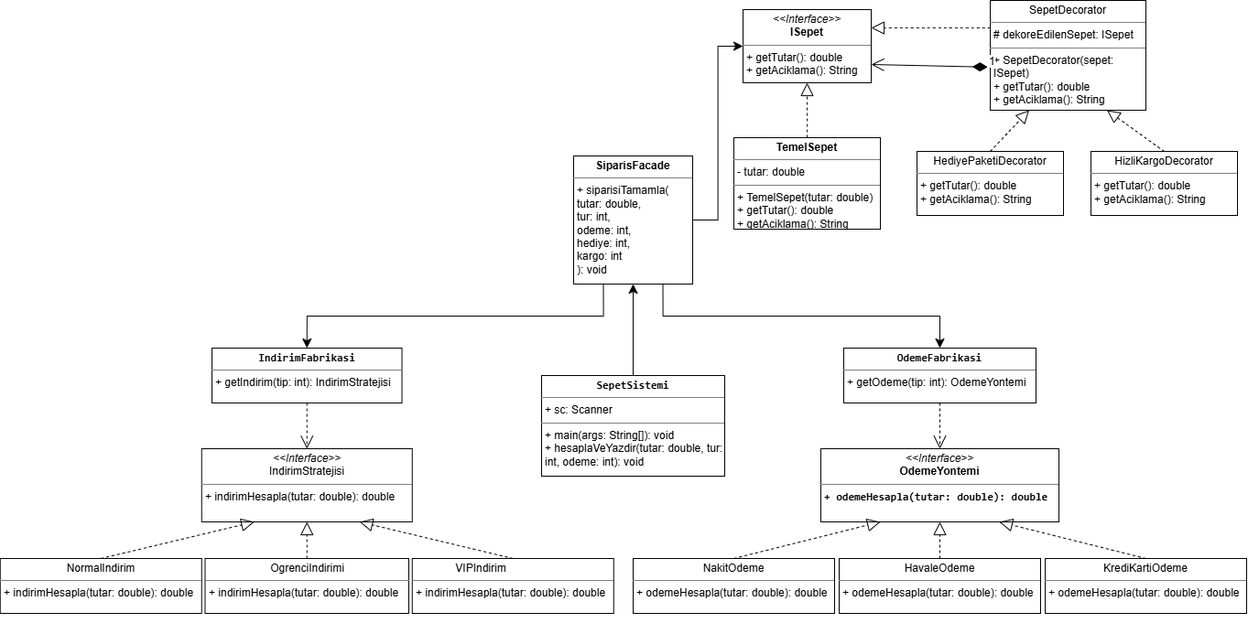
reyyanunal/tasarim-oruntuleri-odev keeps this draw.io diagram as docs/UML.Sonrasi.drawio.png. Above is the earlier version. Source tidied: cells renumbered, new cells last; positions are measured from the earlier drawing's top-left corner, leaving out a move shared by most shapes.
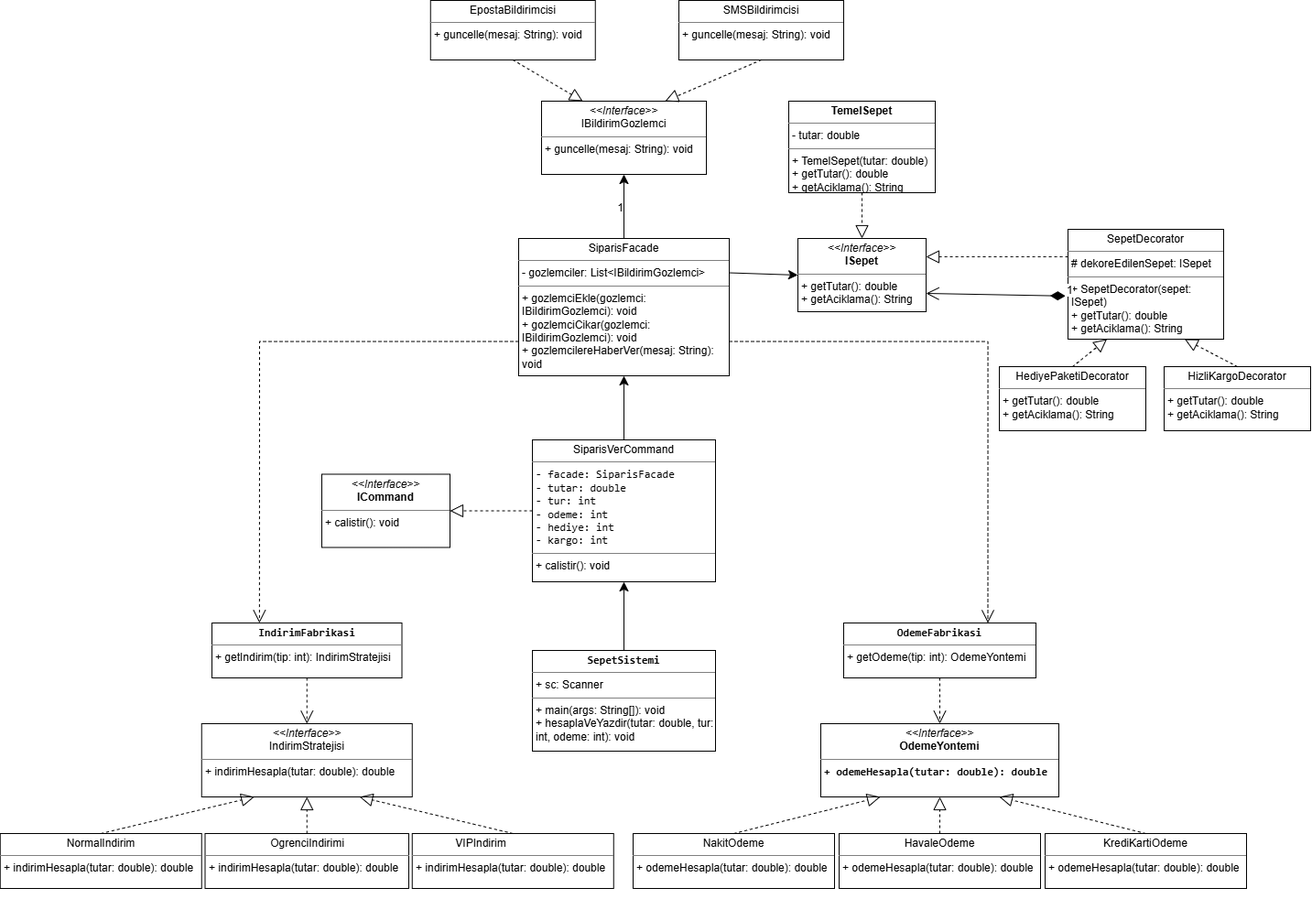
After the change.

Commit message:
docs: update UML diagram with Behavioral patterns

Change to the diagram source:
```diff
@@ -50,11 +50,11 @@
     <mxCell id="17" value="&lt;p style=&quot;margin:0px;margin-top:4px;text-align:center;&quot;&gt;&lt;b&gt;&lt;code&gt;IndirimFabrikasi&lt;/code&gt;&lt;/b&gt;&lt;/p&gt;&lt;hr size=&quot;1&quot; style=&quot;border-style:solid;&quot;&gt;&lt;p style=&quot;margin:0px;margin-left:4px;&quot;&gt;&lt;/p&gt;&lt;p style=&quot;margin:0px;margin-left:4px;&quot;&gt;+ getIndirim(tip: int): IndirimStratejisi&lt;/p&gt;" style="verticalAlign=top;align=left;overflow=fill;html=1;whiteSpace=wrap;" parent="1" vertex="1">
       <mxGeometry x="231" y="380" width="207.5" height="60" as="geometry" />
     </mxCell>
-    <mxCell id="18" style="edgeStyle=none;curved=1;rounded=0;jettySize=auto;html=1;exitX=0.5;exitY=0;exitDx=0;exitDy=0;entryX=0.5;entryY=1;entryDx=0;entryDy=0;fontSize=12;startSize=8;endSize=8;" parent="1" edge="1" source="19" target="35">
-      <mxGeometry relative="1" as="geometry" />
-    </mxCell>
+    <mxCell id="38" style="edgeStyle=none;curved=1;rounded=0;jettySize=auto;html=1;exitX=0.5;exitY=0;exitDx=0;exitDy=0;entryX=0.5;entryY=1;entryDx=0;entryDy=0;fontSize=12;startSize=8;endSize=8;" parent="1" edge="1" source="19" target="41">
+      <mxGeometry relative="1" as="geometry" />
+    </mxCell>
     <mxCell id="19" value="&lt;p style=&quot;margin:0px;margin-top:4px;text-align:center;&quot;&gt;&lt;b&gt;&lt;code&gt;SepetSistemi&lt;/code&gt;&lt;/b&gt;&lt;/p&gt;&lt;hr size=&quot;1&quot; style=&quot;border-style:solid;&quot;&gt;&lt;p style=&quot;margin:0px;margin-left:4px;&quot;&gt;+ sc: Scanner&lt;/p&gt;&lt;hr size=&quot;1&quot; style=&quot;border-style:solid;&quot;&gt;&lt;p style=&quot;margin:0px;margin-left:4px;&quot;&gt;+ main(args: String[]): void&lt;/p&gt;&lt;p style=&quot;margin:0px;margin-left:4px;&quot;&gt;+ hesaplaVeYazdir(tutar: double, tur: int, odeme: int): void&lt;/p&gt;" style="verticalAlign=top;align=left;overflow=fill;html=1;whiteSpace=wrap;" parent="1" vertex="1">
-      <mxGeometry x="591" y="410" width="200" height="110" as="geometry" />
+      <mxGeometry x="581" y="410" width="200" height="110" as="geometry" />
     </mxCell>
     <mxCell id="20" style="endArrow=open;endSize=12;dashed=1;html=1;rounded=0;exitX=0.5;exitY=1;exitDx=0;exitDy=0;entryX=0.5;entryY=0;entryDx=0;entryDy=0;" parent="1" edge="1" source="17" target="2">
       <mxGeometry relative="1" as="geometry" />
@@ -63,16 +63,16 @@
       <mxGeometry relative="1" as="geometry" />
     </mxCell>
     <mxCell id="22" value="&lt;p style=&quot;margin:0px;margin-top:4px;text-align:center;&quot;&gt;&lt;i&gt;&amp;lt;&amp;lt;Interface&amp;gt;&amp;gt;&lt;/i&gt;&lt;br&gt;&lt;b&gt;ISepet&lt;/b&gt;&lt;/p&gt;&lt;hr size=&quot;1&quot; style=&quot;border-style:solid;&quot;&gt;&lt;p style=&quot;margin:0px;margin-left:4px;&quot;&gt;+ getTutar(): double&lt;br&gt;+ getAciklama(): String&lt;/p&gt;" style="verticalAlign=top;align=left;overflow=fill;html=1;whiteSpace=wrap;" parent="1" vertex="1">
-      <mxGeometry x="811" y="10" width="140" height="80" as="geometry" />
+      <mxGeometry x="871" y="-40" width="140" height="80" as="geometry" />
     </mxCell>
     <mxCell id="23" value="&lt;p style=&quot;margin:0px;margin-top:4px;text-align:center;&quot;&gt;&lt;b&gt;TemelSepet&lt;/b&gt;&lt;/p&gt;&lt;hr size=&quot;1&quot; style=&quot;border-style:solid;&quot;&gt;&lt;p style=&quot;margin:0px;margin-left:4px;&quot;&gt;- tutar: double&lt;/p&gt;&lt;hr size=&quot;1&quot; style=&quot;border-style:solid;&quot;&gt;&lt;p style=&quot;margin:0px;margin-left:4px;&quot;&gt;+ TemelSepet(tutar: double)&lt;br&gt;+ getTutar(): double&lt;br&gt;+ getAciklama(): String&lt;/p&gt;" style="verticalAlign=top;align=left;overflow=fill;html=1;whiteSpace=wrap;" parent="1" vertex="1">
-      <mxGeometry x="801" y="150" width="160" height="100" as="geometry" />
+      <mxGeometry x="861" y="-190" width="160" height="100" as="geometry" />
     </mxCell>
-    <mxCell id="24" style="endArrow=block;dashed=1;endFill=0;endSize=12;html=1;rounded=0;fontSize=12;curved=1;exitX=0.5;exitY=0;exitDx=0;exitDy=0;entryX=0.5;entryY=1;entryDx=0;entryDy=0;" parent="1" edge="1" source="23" target="22">
+    <mxCell id="24" style="endArrow=block;dashed=1;endFill=0;endSize=12;html=1;rounded=0;fontSize=12;curved=1;exitX=0.5;exitY=1;exitDx=0;exitDy=0;entryX=0.5;entryY=0;entryDx=0;entryDy=0;" parent="1" edge="1" source="23" target="22">
       <mxGeometry relative="1" as="geometry" />
     </mxCell>
     <mxCell id="25" value="&lt;p style=&quot;margin:0px;margin-top:4px;text-align:center;&quot;&gt;SepetDecorator&lt;/p&gt;&lt;hr size=&quot;1&quot; style=&quot;border-style:solid;&quot;&gt;&lt;p style=&quot;margin:0px;margin-left:4px;&quot;&gt;# dekoreEdilenSepet: ISepet&lt;/p&gt;&lt;hr size=&quot;1&quot; style=&quot;border-style:solid;&quot;&gt;&lt;p style=&quot;margin:0px;margin-left:4px;&quot;&gt;+ SepetDecorator(sepet: ISepet)&lt;br&gt;+ getTutar(): double&lt;br&gt;+ getAciklama(): String&lt;/p&gt;" style="verticalAlign=top;align=left;overflow=fill;html=1;whiteSpace=wrap;" parent="1" vertex="1">
-      <mxGeometry x="1081" width="170" height="120" as="geometry" />
+      <mxGeometry x="1166" y="-50" width="170" height="120" as="geometry" />
     </mxCell>
     <mxCell id="26" style="endArrow=block;dashed=1;endFill=0;endSize=12;html=1;rounded=0;fontSize=12;curved=1;exitX=0;exitY=0.25;exitDx=0;exitDy=0;entryX=1;entryY=0.25;entryDx=0;entryDy=0;" parent="1" edge="1" source="25" target="22">
       <mxGeometry relative="1" as="geometry" />
@@ -81,10 +81,10 @@
       <mxGeometry x="-1" y="3" relative="1" as="geometry" />
     </mxCell>
     <mxCell id="28" value="&lt;p style=&quot;margin:0px;margin-top:4px;text-align:center;&quot;&gt;HizliKargoDecorator&lt;/p&gt;&lt;hr size=&quot;1&quot; style=&quot;border-style:solid;&quot;&gt;&lt;p style=&quot;margin:0px;margin-left:4px;&quot;&gt;&lt;/p&gt;&lt;p style=&quot;margin:0px;margin-left:4px;&quot;&gt;+ getTutar(): double&lt;br&gt;+ getAciklama(): String&lt;/p&gt;" style="verticalAlign=top;align=left;overflow=fill;html=1;whiteSpace=wrap;" parent="1" vertex="1">
-      <mxGeometry x="1191" y="165" width="160" height="70" as="geometry" />
+      <mxGeometry x="1271" y="100" width="160" height="70" as="geometry" />
     </mxCell>
     <mxCell id="29" value="&lt;p style=&quot;margin:0px;margin-top:4px;text-align:center;&quot;&gt;HediyePaketiDecorator&lt;/p&gt;&lt;hr size=&quot;1&quot; style=&quot;border-style:solid;&quot;&gt;&lt;p style=&quot;margin:0px;margin-left:4px;&quot;&gt;+ getTutar(): double&lt;br&gt;+ getAciklama(): String&lt;/p&gt;" style="verticalAlign=top;align=left;overflow=fill;html=1;whiteSpace=wrap;" parent="1" vertex="1">
-      <mxGeometry x="1001" y="165" width="160" height="70" as="geometry" />
+      <mxGeometry x="1091" y="100" width="160" height="70" as="geometry" />
     </mxCell>
     <mxCell id="30" style="endArrow=block;dashed=1;endFill=0;endSize=12;html=1;rounded=0;fontSize=12;curved=1;exitX=0.5;exitY=0;exitDx=0;exitDy=0;entryX=0.75;entryY=1;entryDx=0;entryDy=0;" parent="1" edge="1" source="28" target="25">
       <mxGeometry relative="1" as="geometry" />
@@ -92,23 +92,61 @@
     <mxCell id="31" style="endArrow=block;dashed=1;endFill=0;endSize=12;html=1;rounded=0;fontSize=12;curved=1;exitX=0.5;exitY=0;exitDx=0;exitDy=0;entryX=0.25;entryY=1;entryDx=0;entryDy=0;" parent="1" edge="1" source="29" target="25">
       <mxGeometry relative="1" as="geometry" />
     </mxCell>
-    <mxCell id="32" style="edgeStyle=orthogonalEdgeStyle;rounded=0;jettySize=auto;html=1;exitX=0.25;exitY=1;exitDx=0;exitDy=0;entryX=0.5;entryY=0;entryDx=0;entryDy=0;fontSize=12;startSize=8;endSize=8;" parent="1" edge="1" source="35" target="17">
-      <mxGeometry relative="1" as="geometry" />
-    </mxCell>
-    <mxCell id="33" style="edgeStyle=orthogonalEdgeStyle;rounded=0;jettySize=auto;html=1;exitX=0.75;exitY=1;exitDx=0;exitDy=0;entryX=0.5;entryY=0;entryDx=0;entryDy=0;fontSize=12;startSize=8;endSize=8;" parent="1" edge="1" source="35" target="16">
-      <mxGeometry relative="1" as="geometry" />
-    </mxCell>
-    <mxCell id="34" style="edgeStyle=orthogonalEdgeStyle;rounded=0;jettySize=auto;html=1;exitX=1;exitY=0.5;exitDx=0;exitDy=0;entryX=0;entryY=0.5;entryDx=0;entryDy=0;fontSize=12;startSize=8;endSize=8;" parent="1" edge="1" source="35" target="22">
+    <mxCell id="34" style="rounded=0;jettySize=auto;html=1;exitX=1;exitY=0.25;exitDx=0;exitDy=0;entryX=0;entryY=0.5;entryDx=0;entryDy=0;fontSize=12;startSize=8;endSize=8;" parent="1" edge="1" source="46" target="22">
       <mxGeometry relative="1" as="geometry" />
     </mxCell>
-    <mxCell id="35" value="&lt;p style=&quot;margin:0px;margin-top:4px;text-align:center;&quot;&gt;&lt;b&gt;SiparisFacade&lt;/b&gt;&lt;/p&gt;&lt;hr size=&quot;1&quot; style=&quot;border-style:solid;&quot;&gt;&lt;p style=&quot;margin:0px;margin-left:4px;&quot;&gt;&lt;/p&gt;&lt;p style=&quot;margin:0px;margin-left:4px;&quot;&gt;+ siparisiTamamla(&lt;br&gt;  tutar: double,&lt;br&gt;  tur: int,&lt;br&gt;  odeme: int,&lt;br&gt;  hediye: int,&lt;br&gt;  kargo: int&lt;br&gt;): void&lt;/p&gt;" style="verticalAlign=top;align=left;overflow=fill;html=1;whiteSpace=wrap;" parent="1" vertex="1">
-      <mxGeometry x="626" y="170" width="130" height="140" as="geometry" />
-    </mxCell>
     <mxCell id="36" style="edgeStyle=none;curved=1;rounded=0;orthogonalLoop=1;jettySize=auto;html=1;exitX=0.75;exitY=1;exitDx=0;exitDy=0;fontSize=12;startSize=8;endSize=8;" parent="1" edge="1" source="4" target="4">
       <mxGeometry relative="1" as="geometry" />
     </mxCell>
     <mxCell id="37" style="edgeStyle=none;curved=1;rounded=0;orthogonalLoop=1;jettySize=auto;html=1;exitX=0.5;exitY=1;exitDx=0;exitDy=0;fontSize=12;startSize=8;endSize=8;" parent="1" edge="1" source="5" target="5">
       <mxGeometry relative="1" as="geometry" />
     </mxCell>
+    <mxCell id="39" value="&lt;p style=&quot;margin:0px;margin-top:4px;text-align:center;&quot;&gt;EpostaBildirimcisi&lt;/p&gt;&lt;hr size=&quot;1&quot; style=&quot;border-style:solid;&quot;&gt;&lt;p style=&quot;margin:0px;margin-left:4px;&quot;&gt;+  guncelle(mesaj: String): void&lt;/p&gt;" style="verticalAlign=top;align=left;overflow=fill;html=1;whiteSpace=wrap;" parent="1" vertex="1">
+      <mxGeometry x="469.8" y="-300" width="180" height="65" as="geometry" />
+    </mxCell>
+    <mxCell id="40" style="edgeStyle=none;curved=1;rounded=0;jettySize=auto;html=1;exitX=0.5;exitY=0;exitDx=0;exitDy=0;entryX=0.5;entryY=1;entryDx=0;entryDy=0;fontSize=12;startSize=8;endSize=8;" parent="1" edge="1" source="41" target="46">
+      <mxGeometry relative="1" as="geometry" />
+    </mxCell>
+    <mxCell id="41" value="&lt;p style=&quot;margin:0px;margin-top:4px;text-align:center;&quot;&gt;SiparisVerCommand&lt;/p&gt;&lt;hr size=&quot;1&quot; style=&quot;border-style:solid;&quot;&gt;&lt;p style=&quot;margin:0px;margin-left:4px;&quot;&gt;&lt;code&gt;- facade: SiparisFacade&lt;/code&gt;&lt;/p&gt;&lt;p style=&quot;margin:0px;margin-left:4px;&quot;&gt;&lt;code&gt;- tutar: double&lt;/code&gt;&lt;/p&gt;&lt;p style=&quot;margin:0px;margin-left:4px;&quot;&gt;&lt;code&gt;- tur: int&lt;/code&gt;&lt;/p&gt;&lt;p style=&quot;margin:0px;margin-left:4px;&quot;&gt;&lt;code&gt;- odeme: int&lt;/code&gt;&lt;/p&gt;&lt;p style=&quot;margin:0px;margin-left:4px;&quot;&gt;&lt;code&gt;- hediye: int&lt;/code&gt;&lt;/p&gt;&lt;p style=&quot;margin:0px;margin-left:4px;&quot;&gt;&lt;code&gt;- kargo: int&lt;/code&gt;&lt;/p&gt;&lt;hr size=&quot;1&quot; style=&quot;border-style:solid;&quot;&gt;&lt;p style=&quot;margin:0px;margin-left:4px;&quot;&gt;+ calistir(): void&lt;/p&gt;" style="verticalAlign=top;align=left;overflow=fill;html=1;whiteSpace=wrap;" parent="1" vertex="1">
+      <mxGeometry x="581" y="180" width="200" height="155" as="geometry" />
+    </mxCell>
+    <mxCell id="42" value="&lt;p style=&quot;margin:0px;margin-top:4px;text-align:center;&quot;&gt;&lt;i&gt;&amp;lt;&amp;lt;Interface&amp;gt;&amp;gt;&lt;/i&gt;&lt;br&gt;IBildirimGozlemci&lt;/p&gt;&lt;hr size=&quot;1&quot; style=&quot;border-style:solid;&quot;&gt;&lt;p style=&quot;margin:0px;margin-left:4px;&quot;&gt;+ guncelle(mesaj: String): void&lt;/p&gt;" style="verticalAlign=top;align=left;overflow=fill;html=1;whiteSpace=wrap;" parent="1" vertex="1">
+      <mxGeometry x="591" y="-190" width="180" height="80" as="geometry" />
+    </mxCell>
+    <mxCell id="43" value="&lt;p style=&quot;margin:0px;margin-top:4px;text-align:center;&quot;&gt;&lt;i&gt;&amp;lt;&amp;lt;Interface&amp;gt;&amp;gt;&lt;/i&gt;&lt;br&gt;&lt;b&gt;ICommand&lt;/b&gt;&lt;/p&gt;&lt;hr size=&quot;1&quot; style=&quot;border-style:solid;&quot;&gt;&lt;p style=&quot;margin:0px;margin-left:4px;&quot;&gt;&lt;/p&gt;&lt;p style=&quot;margin:0px;margin-left:4px;&quot;&gt;+ calistir(): void&lt;/p&gt;" style="verticalAlign=top;align=left;overflow=fill;html=1;whiteSpace=wrap;" parent="1" vertex="1">
+      <mxGeometry x="351" y="217.5" width="140" height="80" as="geometry" />
+    </mxCell>
+    <mxCell id="44" style="edgeStyle=none;curved=1;rounded=0;jettySize=auto;html=1;exitX=0.5;exitY=0;exitDx=0;exitDy=0;entryX=0.5;entryY=1;entryDx=0;entryDy=0;fontSize=12;startSize=8;endSize=8;" parent="1" edge="1" source="46" target="42">
+      <mxGeometry relative="1" as="geometry" />
+    </mxCell>
+    <mxCell id="45" value="1" style="edgeLabel;html=1;align=center;verticalAlign=middle;fontSize=12;" parent="44" vertex="1">
+      <mxGeometry x="-0.03" y="5" relative="1" as="geometry">
+        <mxPoint y="-1" as="offset" />
+      </mxGeometry>
+    </mxCell>
+    <mxCell id="46" value="&lt;p style=&quot;margin:0px;margin-top:4px;text-align:center;&quot;&gt;SiparisFacade&lt;/p&gt;&lt;hr size=&quot;1&quot; style=&quot;border-style:solid;&quot;&gt;&lt;p style=&quot;margin:0px;margin-left:4px;&quot;&gt;- gozlemciler: List&amp;lt;IBildirimGozlemci&amp;gt;&lt;/p&gt;&lt;hr size=&quot;1&quot; style=&quot;border-style:solid;&quot;&gt;&lt;p style=&quot;margin:0px;margin-left:4px;&quot;&gt;+ gozlemciEkle(gozlemci: IBildirimGozlemci): void&lt;/p&gt;&lt;p style=&quot;margin:0px;margin-left:4px;&quot;&gt;+ gozlemciCikar(gozlemci: IBildirimGozlemci): void&lt;/p&gt;&lt;p style=&quot;margin:0px;margin-left:4px;&quot;&gt;+ gozlemcilereHaberVer(mesaj: String): void&lt;/p&gt;" style="verticalAlign=top;align=left;overflow=fill;html=1;whiteSpace=wrap;" parent="1" vertex="1">
+      <mxGeometry x="566" y="-40" width="230" height="150" as="geometry" />
+    </mxCell>
+    <mxCell id="47" style="endArrow=block;dashed=1;endFill=0;endSize=12;html=1;rounded=0;exitX=0;exitY=0.5;exitDx=0;exitDy=0;entryX=1;entryY=0.5;entryDx=0;entryDy=0;" parent="1" edge="1" source="41" target="43">
+      <mxGeometry relative="1" as="geometry" />
+    </mxCell>
+    <mxCell id="48" value="&lt;p style=&quot;margin:0px;margin-top:4px;text-align:center;&quot;&gt;SMSBildirimcisi&lt;/p&gt;&lt;hr size=&quot;1&quot; style=&quot;border-style:solid;&quot;&gt;&lt;p style=&quot;margin:0px;margin-left:4px;&quot;&gt;+  guncelle(mesaj: String): void&lt;/p&gt;" style="verticalAlign=top;align=left;overflow=fill;html=1;whiteSpace=wrap;" parent="1" vertex="1">
+      <mxGeometry x="741" y="-300" width="180" height="65" as="geometry" />
+    </mxCell>
+    <mxCell id="49" style="endArrow=block;dashed=1;endFill=0;endSize=12;html=1;rounded=0;fontSize=12;curved=1;exitX=0.5;exitY=1;exitDx=0;exitDy=0;entryX=0.25;entryY=0;entryDx=0;entryDy=0;" parent="1" edge="1" source="39" target="42">
+      <mxGeometry relative="1" as="geometry" />
+    </mxCell>
+    <mxCell id="50" style="endArrow=block;dashed=1;endFill=0;endSize=12;html=1;rounded=0;fontSize=12;curved=1;exitX=0.5;exitY=1;exitDx=0;exitDy=0;entryX=0.75;entryY=0;entryDx=0;entryDy=0;" parent="1" edge="1" source="48" target="42">
+      <mxGeometry relative="1" as="geometry" />
+    </mxCell>
+    <mxCell id="51" style="edgeStyle=none;curved=1;rounded=0;orthogonalLoop=1;jettySize=auto;html=1;exitX=1;exitY=0.5;exitDx=0;exitDy=0;fontSize=12;startSize=8;endSize=8;" parent="1" edge="1" source="42" target="42">
+      <mxGeometry relative="1" as="geometry" />
+    </mxCell>
+    <mxCell id="52" style="endArrow=open;endSize=12;dashed=1;html=1;rounded=0;fontSize=12;exitX=0;exitY=0.75;exitDx=0;exitDy=0;entryX=0.25;entryY=0;entryDx=0;entryDy=0;edgeStyle=orthogonalEdgeStyle;" parent="1" edge="1" source="46" target="17">
+      <mxGeometry relative="1" as="geometry" />
+    </mxCell>
+    <mxCell id="53" style="endArrow=open;endSize=12;dashed=1;html=1;rounded=0;fontSize=12;exitX=1;exitY=0.75;exitDx=0;exitDy=0;entryX=0.75;entryY=0;entryDx=0;entryDy=0;edgeStyle=orthogonalEdgeStyle;" parent="1" edge="1" source="46" target="16">
+      <mxGeometry relative="1" as="geometry" />
+    </mxCell>
   </root>
 </mxGraphModel>
```
